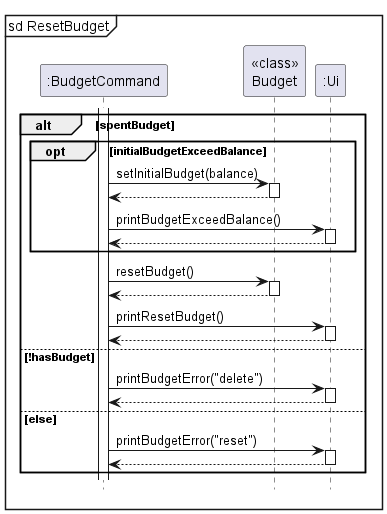
nus-cs2113-AY2324S1/tp keeps this PlantUML diagram as docs/images/resetBudget.png. Above is the earlier version.
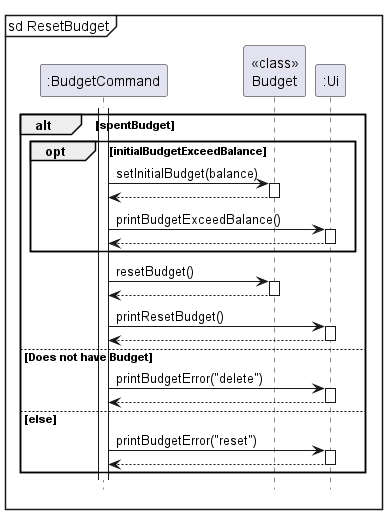
The same file after the commit.

Commit message:
Update reset budget diagram

The edit, as a diff of the source:
```diff
@@ -20,7 +20,7 @@
     return
     BudgetCommand -> Ui: printResetBudget()
     return
-else !hasBudget
+else Does not have Budget
     BudgetCommand -> Ui: printBudgetError("delete")
     return
 else else
```
